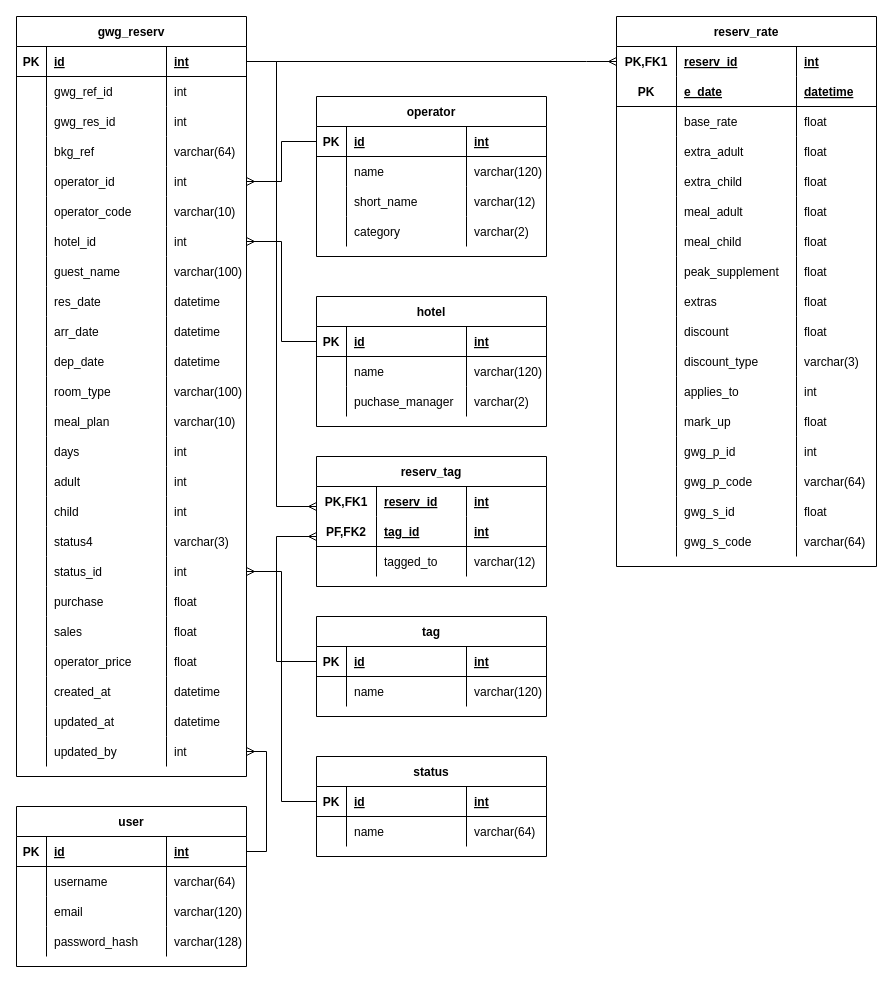
This is bkgs_app_erd.drawio from justivan/drawio-diagrams, a draw.io file, before an edit. Source tidied: cells renumbered, new cells numbered last; positions are measured from the earlier drawing's top-left corner, leaving out a move shared by most shapes. Both pictures are drawn from the tidied source at 100%, with x=0, y=0 at pixel (16, 16).
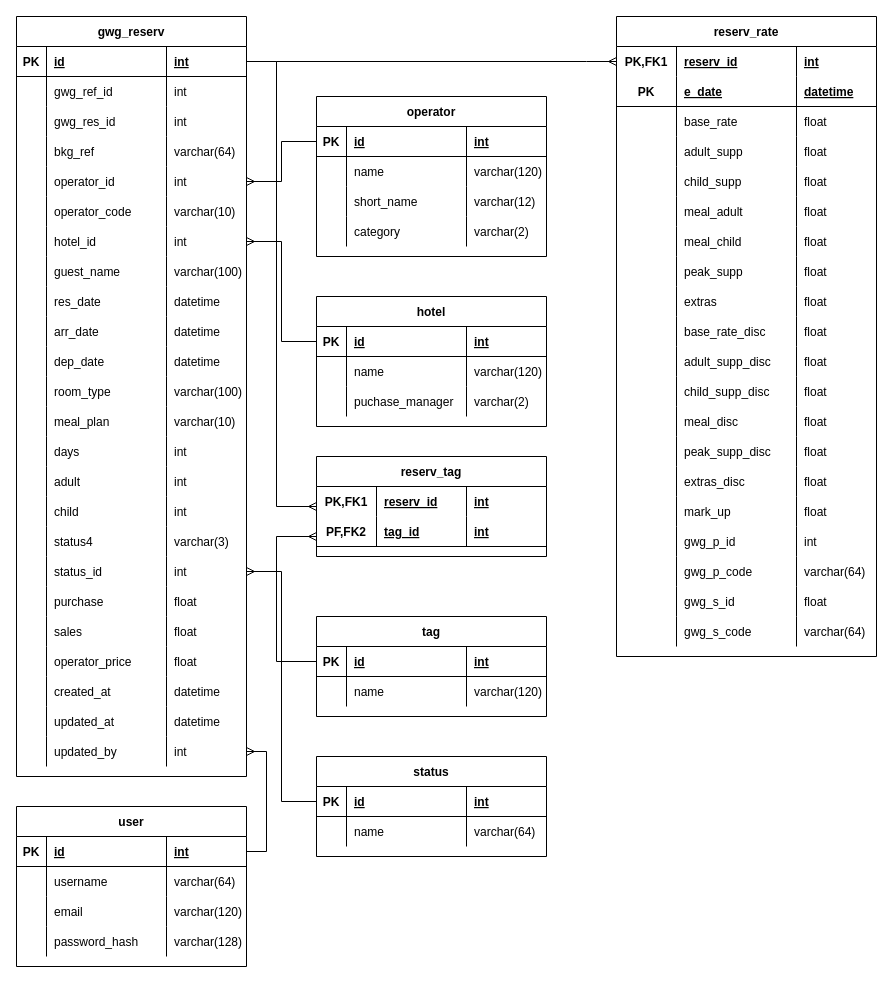
The same diagram, later.

The change refers to these unchanged cells:
```xml
<mxCell id="112" style="shape=tableRow;horizontal=0;startSize=0;swimlaneHead=0;swimlaneBody=0;fillColor=none;top=0;left=0;right=0;bottom=0;fontFamily=Helvetica;strokeColor=default;" parent="99" vertex="1">
  <mxGeometry y="120" width="260" height="30" as="geometry" />
</mxCell>
<mxCell id="116" style="shape=tableRow;horizontal=0;startSize=0;swimlaneHead=0;swimlaneBody=0;fillColor=none;top=0;left=0;right=0;bottom=0;fontFamily=Helvetica;strokeColor=default;" parent="99" vertex="1">
  <mxGeometry y="150" width="260" height="30" as="geometry" />
</mxCell>
<mxCell id="128" style="shape=tableRow;horizontal=0;startSize=0;swimlaneHead=0;swimlaneBody=0;fillColor=none;top=0;left=0;right=0;bottom=0;fontFamily=Helvetica;strokeColor=default;" parent="99" vertex="1">
  <mxGeometry y="240" width="260" height="30" as="geometry" />
</mxCell>
<mxCell id="136" style="shape=tableRow;horizontal=0;startSize=0;swimlaneHead=0;swimlaneBody=0;fillColor=none;top=0;left=0;right=0;bottom=0;fontFamily=Helvetica;strokeColor=default;" parent="99" vertex="1">
  <mxGeometry y="300" width="260" height="30" as="geometry" />
</mxCell>
<mxCell id="140" style="shape=tableRow;horizontal=0;startSize=0;swimlaneHead=0;swimlaneBody=0;fillColor=none;top=0;left=0;right=0;bottom=0;fontFamily=Helvetica;strokeColor=default;" parent="99" vertex="1">
  <mxGeometry y="330" width="260" height="30" as="geometry" />
</mxCell>
<mxCell id="144" style="shape=tableRow;horizontal=0;startSize=0;swimlaneHead=0;swimlaneBody=0;fillColor=none;top=0;left=0;right=0;bottom=0;fontFamily=Helvetica;strokeColor=default;" parent="99" vertex="1">
  <mxGeometry y="360" width="260" height="30" as="geometry" />
</mxCell>
```

Change to the diagram source:
```diff
@@
     <mxCell id="99" value="reserv_rate" style="shape=table;startSize=30;childLayout=tableLayout;rowLines=0;fontStyle=1;align=center;fontFamily=Helvetica;" parent="1" vertex="1">
-      <mxGeometry x="600" width="260" height="550" as="geometry" />
+      <mxGeometry x="600" width="260" height="640" as="geometry" />
     </mxCell>
@@
-    <mxCell id="114" value="extra_adult" style="shape=partialRectangle;fillColor=none;top=0;left=0;bottom=0;right=0;align=left;spacingLeft=6;overflow=hidden;fontFamily=Helvetica;strokeColor=default;" parent="112" vertex="1">
+    <mxCell id="114" value="adult_supp" style="shape=partialRectangle;fillColor=none;top=0;left=0;bottom=0;right=0;align=left;spacingLeft=6;overflow=hidden;fontFamily=Helvetica;strokeColor=default;" parent="112" vertex="1">
       <mxGeometry x="60" width="120" height="30" as="geometry" />
     </mxCell>
@@
-    <mxCell id="118" value="extra_child" style="shape=partialRectangle;fillColor=none;top=0;left=0;bottom=0;right=0;align=left;spacingLeft=6;overflow=hidden;fontFamily=Helvetica;strokeColor=default;" parent="116" vertex="1">
+    <mxCell id="118" value="child_supp" style="shape=partialRectangle;fillColor=none;top=0;left=0;bottom=0;right=0;align=left;spacingLeft=6;overflow=hidden;fontFamily=Helvetica;strokeColor=default;" parent="116" vertex="1">
       <mxGeometry x="60" width="120" height="30" as="geometry" />
     </mxCell>
@@
-    <mxCell id="130" value="peak_supplement" style="shape=partialRectangle;fillColor=none;top=0;left=0;bottom=0;right=0;align=left;spacingLeft=6;overflow=hidden;fontFamily=Helvetica;strokeColor=default;" parent="128" vertex="1">
+    <mxCell id="130" value="peak_supp" style="shape=partialRectangle;fillColor=none;top=0;left=0;bottom=0;right=0;align=left;spacingLeft=6;overflow=hidden;fontFamily=Helvetica;strokeColor=default;" parent="128" vertex="1">
       <mxGeometry x="60" width="120" height="30" as="geometry" />
     </mxCell>
@@
-    <mxCell id="138" value="discount" style="shape=partialRectangle;fillColor=none;top=0;left=0;bottom=0;right=0;align=left;spacingLeft=6;overflow=hidden;fontFamily=Helvetica;strokeColor=default;" parent="136" vertex="1">
+    <mxCell id="138" value="base_rate_disc" style="shape=partialRectangle;fillColor=none;top=0;left=0;bottom=0;right=0;align=left;spacingLeft=6;overflow=hidden;fontFamily=Helvetica;strokeColor=default;" parent="136" vertex="1">
       <mxGeometry x="60" width="120" height="30" as="geometry" />
     </mxCell>
@@
-    <mxCell id="141" style="shape=partialRectangle;fillColor=none;top=0;left=0;bottom=0;right=0;overflow=hidden;fontFamily=Helvetica;strokeColor=default;" parent="140" vertex="1">
-      <mxGeometry width="60" height="30" as="geometry" />
-    </mxCell>
-    <mxCell id="142" value="discount_type" style="shape=partialRectangle;fillColor=none;top=0;left=0;bottom=0;right=0;align=left;spacingLeft=6;overflow=hidden;fontFamily=Helvetica;strokeColor=default;" parent="140" vertex="1">
-      <mxGeometry x="60" width="120" height="30" as="geometry" />
-    </mxCell>
-    <mxCell id="143" value="varchar(3)" style="shape=partialRectangle;fillColor=none;top=0;left=0;bottom=0;right=0;align=left;spacingLeft=6;overflow=hidden;fontFamily=Helvetica;strokeColor=default;" parent="140" vertex="1">
-      <mxGeometry x="180" width="80" height="30" as="geometry" />
-    </mxCell>
+    <mxCell id="253" style="shape=partialRectangle;fillColor=none;top=0;left=0;bottom=0;right=0;overflow=hidden;fontFamily=Helvetica;strokeColor=default;" parent="140" vertex="1">
+      <mxGeometry width="60" height="30" as="geometry" />
+    </mxCell>
+    <mxCell id="254" value="adult_supp_disc" style="shape=partialRectangle;fillColor=none;top=0;left=0;bottom=0;right=0;align=left;spacingLeft=6;overflow=hidden;fontFamily=Helvetica;strokeColor=default;" parent="140" vertex="1">
+      <mxGeometry x="60" width="120" height="30" as="geometry" />
+    </mxCell>
+    <mxCell id="255" value="float" style="shape=partialRectangle;fillColor=none;top=0;left=0;bottom=0;right=0;align=left;spacingLeft=6;overflow=hidden;fontFamily=Helvetica;strokeColor=default;" parent="140" vertex="1">
+      <mxGeometry x="180" width="80" height="30" as="geometry" />
+    </mxCell>
@@
-    <mxCell id="145" style="shape=partialRectangle;fillColor=none;top=0;left=0;bottom=0;right=0;overflow=hidden;fontFamily=Helvetica;strokeColor=default;" parent="144" vertex="1">
-      <mxGeometry width="60" height="30" as="geometry" />
-    </mxCell>
-    <mxCell id="146" value="applies_to" style="shape=partialRectangle;fillColor=none;top=0;left=0;bottom=0;right=0;align=left;spacingLeft=6;overflow=hidden;fontFamily=Helvetica;strokeColor=default;" parent="144" vertex="1">
-      <mxGeometry x="60" width="120" height="30" as="geometry" />
-    </mxCell>
-    <mxCell id="147" value="int" style="shape=partialRectangle;fillColor=none;top=0;left=0;bottom=0;right=0;align=left;spacingLeft=6;overflow=hidden;fontFamily=Helvetica;strokeColor=default;" parent="144" vertex="1">
-      <mxGeometry x="180" width="80" height="30" as="geometry" />
-    </mxCell>
+    <mxCell id="256" style="shape=partialRectangle;fillColor=none;top=0;left=0;bottom=0;right=0;overflow=hidden;fontFamily=Helvetica;strokeColor=default;" parent="144" vertex="1">
+      <mxGeometry width="60" height="30" as="geometry" />
+    </mxCell>
+    <mxCell id="257" value="child_supp_disc" style="shape=partialRectangle;fillColor=none;top=0;left=0;bottom=0;right=0;align=left;spacingLeft=6;overflow=hidden;fontFamily=Helvetica;strokeColor=default;" parent="144" vertex="1">
+      <mxGeometry x="60" width="120" height="30" as="geometry" />
+    </mxCell>
+    <mxCell id="258" value="float" style="shape=partialRectangle;fillColor=none;top=0;left=0;bottom=0;right=0;align=left;spacingLeft=6;overflow=hidden;fontFamily=Helvetica;strokeColor=default;" parent="144" vertex="1">
+      <mxGeometry x="180" width="80" height="30" as="geometry" />
+    </mxCell>
+    <mxCell id="259" style="shape=tableRow;horizontal=0;startSize=0;swimlaneHead=0;swimlaneBody=0;fillColor=none;top=0;left=0;right=0;bottom=0;fontFamily=Helvetica;strokeColor=default;" parent="99" vertex="1">
+      <mxGeometry y="390" width="260" height="30" as="geometry" />
+    </mxCell>
+    <mxCell id="260" style="shape=partialRectangle;fillColor=none;top=0;left=0;bottom=0;right=0;overflow=hidden;fontFamily=Helvetica;strokeColor=default;" parent="259" vertex="1">
+      <mxGeometry width="60" height="30" as="geometry" />
+    </mxCell>
+    <mxCell id="261" value="meal_disc" style="shape=partialRectangle;fillColor=none;top=0;left=0;bottom=0;right=0;align=left;spacingLeft=6;overflow=hidden;fontFamily=Helvetica;strokeColor=default;" parent="259" vertex="1">
+      <mxGeometry x="60" width="120" height="30" as="geometry" />
+    </mxCell>
+    <mxCell id="262" value="float" style="shape=partialRectangle;fillColor=none;top=0;left=0;bottom=0;right=0;align=left;spacingLeft=6;overflow=hidden;fontFamily=Helvetica;strokeColor=default;" parent="259" vertex="1">
+      <mxGeometry x="180" width="80" height="30" as="geometry" />
+    </mxCell>
+    <mxCell id="263" style="shape=tableRow;horizontal=0;startSize=0;swimlaneHead=0;swimlaneBody=0;fillColor=none;top=0;left=0;right=0;bottom=0;fontFamily=Helvetica;strokeColor=default;" parent="99" vertex="1">
+      <mxGeometry y="420" width="260" height="30" as="geometry" />
+    </mxCell>
+    <mxCell id="264" style="shape=partialRectangle;fillColor=none;top=0;left=0;bottom=0;right=0;overflow=hidden;fontFamily=Helvetica;strokeColor=default;" parent="263" vertex="1">
+      <mxGeometry width="60" height="30" as="geometry" />
+    </mxCell>
+    <mxCell id="265" value="peak_supp_disc" style="shape=partialRectangle;fillColor=none;top=0;left=0;bottom=0;right=0;align=left;spacingLeft=6;overflow=hidden;fontFamily=Helvetica;strokeColor=default;" parent="263" vertex="1">
+      <mxGeometry x="60" width="120" height="30" as="geometry" />
+    </mxCell>
+    <mxCell id="266" value="float" style="shape=partialRectangle;fillColor=none;top=0;left=0;bottom=0;right=0;align=left;spacingLeft=6;overflow=hidden;fontFamily=Helvetica;strokeColor=default;" parent="263" vertex="1">
+      <mxGeometry x="180" width="80" height="30" as="geometry" />
+    </mxCell>
+    <mxCell id="267" style="shape=tableRow;horizontal=0;startSize=0;swimlaneHead=0;swimlaneBody=0;fillColor=none;top=0;left=0;right=0;bottom=0;fontFamily=Helvetica;strokeColor=default;" parent="99" vertex="1">
+      <mxGeometry y="450" width="260" height="30" as="geometry" />
+    </mxCell>
+    <mxCell id="268" style="shape=partialRectangle;fillColor=none;top=0;left=0;bottom=0;right=0;overflow=hidden;fontFamily=Helvetica;strokeColor=default;" parent="267" vertex="1">
+      <mxGeometry width="60" height="30" as="geometry" />
+    </mxCell>
+    <mxCell id="269" value="extras_disc" style="shape=partialRectangle;fillColor=none;top=0;left=0;bottom=0;right=0;align=left;spacingLeft=6;overflow=hidden;fontFamily=Helvetica;strokeColor=default;" parent="267" vertex="1">
+      <mxGeometry x="60" width="120" height="30" as="geometry" />
+    </mxCell>
+    <mxCell id="270" value="float" style="shape=partialRectangle;fillColor=none;top=0;left=0;bottom=0;right=0;align=left;spacingLeft=6;overflow=hidden;fontFamily=Helvetica;strokeColor=default;" parent="267" vertex="1">
+      <mxGeometry x="180" width="80" height="30" as="geometry" />
+    </mxCell>
     <mxCell id="148" style="shape=tableRow;horizontal=0;startSize=0;swimlaneHead=0;swimlaneBody=0;fillColor=none;top=0;left=0;right=0;bottom=0;fontFamily=Helvetica;strokeColor=default;" parent="99" vertex="1">
-      <mxGeometry y="390" width="260" height="30" as="geometry" />
+      <mxGeometry y="480" width="260" height="30" as="geometry" />
     </mxCell>
@@
     <mxCell id="152" style="shape=tableRow;horizontal=0;startSize=0;swimlaneHead=0;swimlaneBody=0;fillColor=none;top=0;left=0;right=0;bottom=0;fontFamily=Helvetica;strokeColor=default;" parent="99" vertex="1">
-      <mxGeometry y="420" width="260" height="30" as="geometry" />
+      <mxGeometry y="510" width="260" height="30" as="geometry" />
     </mxCell>
@@
     <mxCell id="156" style="shape=tableRow;horizontal=0;startSize=0;swimlaneHead=0;swimlaneBody=0;fillColor=none;top=0;left=0;right=0;bottom=0;fontFamily=Helvetica;strokeColor=default;" parent="99" vertex="1">
-      <mxGeometry y="450" width="260" height="30" as="geometry" />
+      <mxGeometry y="540" width="260" height="30" as="geometry" />
     </mxCell>
@@
     <mxCell id="160" style="shape=tableRow;horizontal=0;startSize=0;swimlaneHead=0;swimlaneBody=0;fillColor=none;top=0;left=0;right=0;bottom=0;fontFamily=Helvetica;strokeColor=default;" parent="99" vertex="1">
-      <mxGeometry y="480" width="260" height="30" as="geometry" />
+      <mxGeometry y="570" width="260" height="30" as="geometry" />
     </mxCell>
@@
     <mxCell id="164" style="shape=tableRow;horizontal=0;startSize=0;swimlaneHead=0;swimlaneBody=0;fillColor=none;top=0;left=0;right=0;bottom=0;fontFamily=Helvetica;strokeColor=default;" parent="99" vertex="1">
-      <mxGeometry y="510" width="260" height="30" as="geometry" />
+      <mxGeometry y="600" width="260" height="30" as="geometry" />
     </mxCell>
@@
     <mxCell id="228" value="reserv_tag" style="shape=table;startSize=30;childLayout=tableLayout;rowLines=0;fontStyle=1;align=center;fontFamily=Helvetica;" parent="1" vertex="1">
-      <mxGeometry x="300" y="440" width="230" height="130" as="geometry" />
+      <mxGeometry x="300" y="440" width="230" height="100" as="geometry" />
     </mxCell>
@@
-    <mxCell id="237" style="shape=tableRow;horizontal=0;startSize=0;swimlaneHead=0;swimlaneBody=0;fillColor=none;top=0;left=0;right=0;bottom=0;fontFamily=Helvetica;strokeColor=default;" parent="228" vertex="1">
-      <mxGeometry y="90" width="230" height="30" as="geometry" />
-    </mxCell>
-    <mxCell id="238" style="shape=partialRectangle;fillColor=none;top=0;left=0;bottom=0;right=0;overflow=hidden;fontFamily=Helvetica;strokeColor=default;" parent="237" vertex="1">
-      <mxGeometry width="60" height="30" as="geometry" />
-    </mxCell>
-    <mxCell id="239" value="tagged_to" style="shape=partialRectangle;fillColor=none;top=0;left=0;bottom=0;right=0;align=left;spacingLeft=6;overflow=hidden;fontFamily=Helvetica;strokeColor=default;" parent="237" vertex="1">
-      <mxGeometry x="60" width="90" height="30" as="geometry" />
-    </mxCell>
-    <mxCell id="240" value="varchar(12)" style="shape=partialRectangle;fillColor=none;top=0;left=0;bottom=0;right=0;align=left;spacingLeft=6;overflow=hidden;fontFamily=Helvetica;strokeColor=default;" parent="237" vertex="1">
-      <mxGeometry x="150" width="80" height="30" as="geometry" />
-    </mxCell>
```
